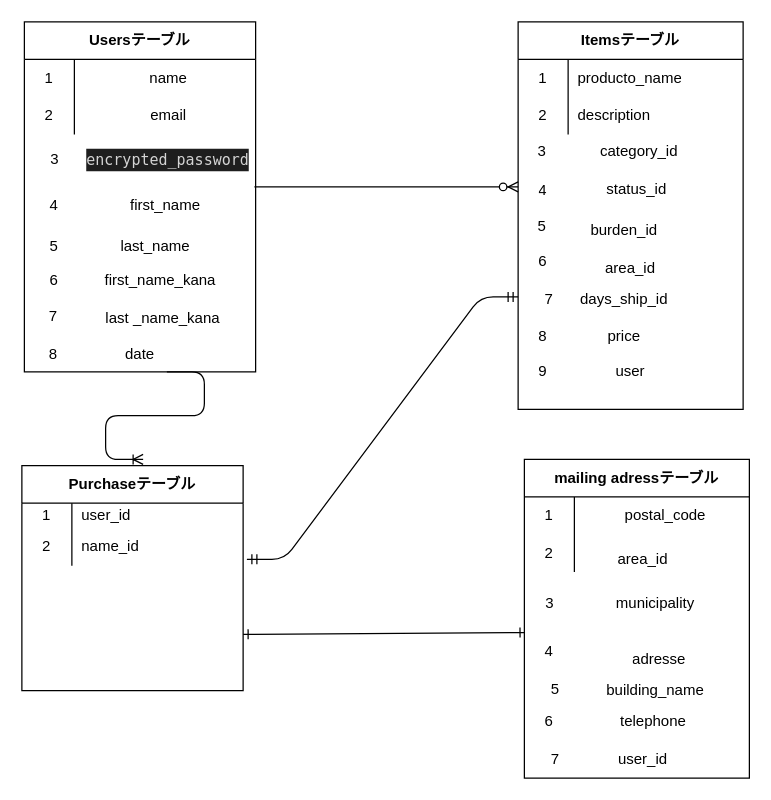
Above: er.dio in takashi-Q/furima-34867 (draw.io), before the change. Source tidied: cells renumbered, new cells numbered last; positions are measured from the earlier drawing's top-left corner, leaving out a move shared by most shapes. Both pictures are drawn from the tidied source at 125%, with x=0, y=0 at pixel (21, 21).
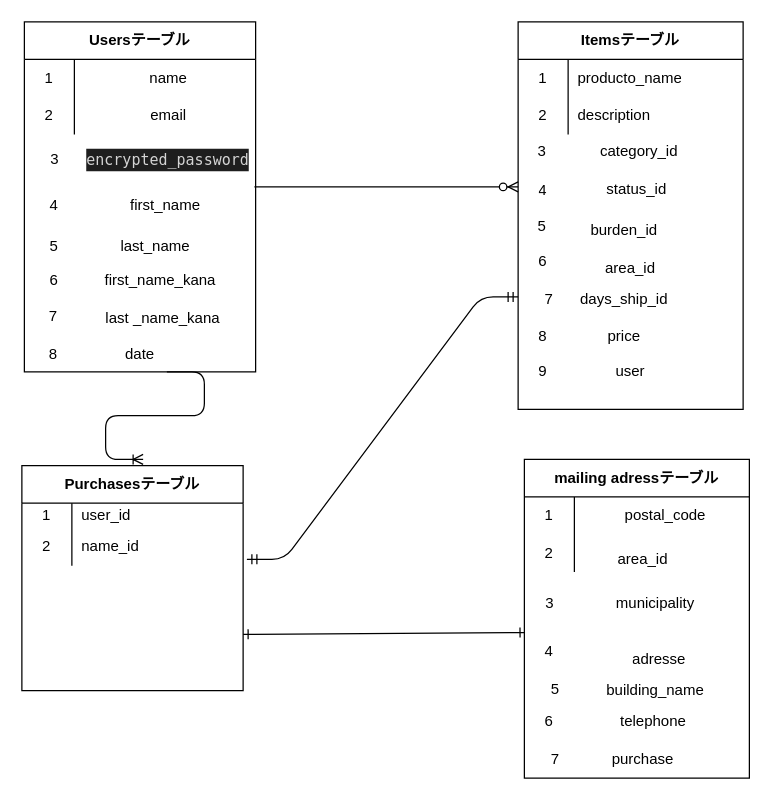
Above is the later version.

Commit message (it also covers changes not shown here):
データベース設計　No.6

The edit, as a diff of the source:
```diff
@@
-    <mxCell id="32" value="Purchaseテーブル" style="shape=table;html=1;whiteSpace=wrap;startSize=30;childLayout=tableLayout;rowLines=0;fontStyle=1;align=center;" parent="1" vertex="1">
+    <mxCell id="32" value="Purchasesテーブル" style="shape=table;html=1;whiteSpace=wrap;startSize=30;childLayout=tableLayout;rowLines=0;fontStyle=1;align=center;" parent="1" vertex="1">
       <mxGeometry y="355" width="177" height="180" as="geometry" />
     </mxCell>
@@
-    <mxCell id="70" value="user_id" style="text;html=1;strokeColor=none;fillColor=none;align=center;verticalAlign=middle;whiteSpace=wrap;rounded=0;" parent="1" vertex="1">
+    <mxCell id="70" value="purchase" style="text;html=1;strokeColor=none;fillColor=none;align=center;verticalAlign=middle;whiteSpace=wrap;rounded=0;" parent="1" vertex="1">
       <mxGeometry x="477" y="580" width="40" height="20" as="geometry" />
     </mxCell>
```
